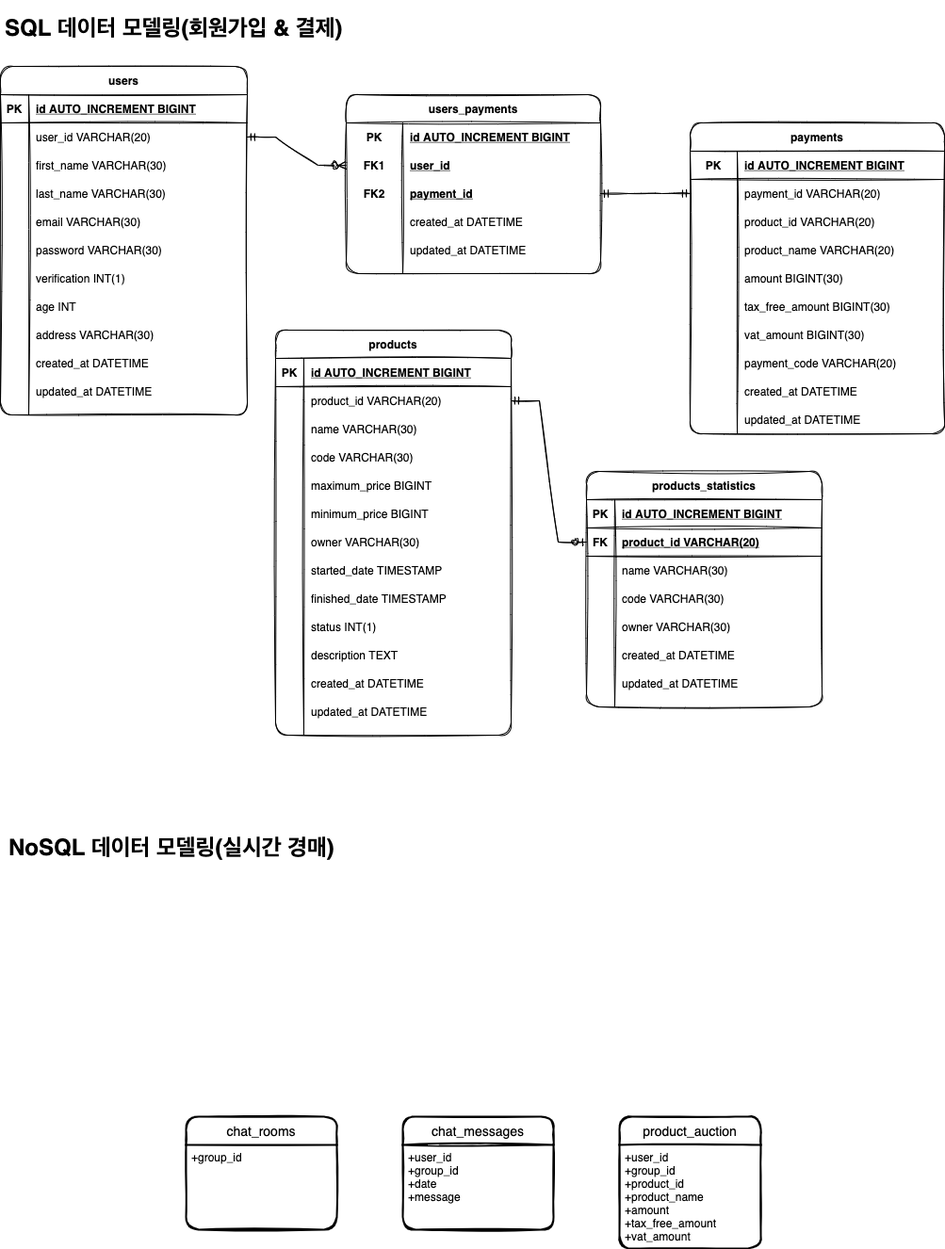
AnneMayor/TestRepository keeps this draw.io diagram as sago_database_schema.png. Above is the earlier version. Source tidied: cells renumbered, new cells last; positions are measured from the earlier drawing's top-left corner, leaving out a move shared by most shapes.
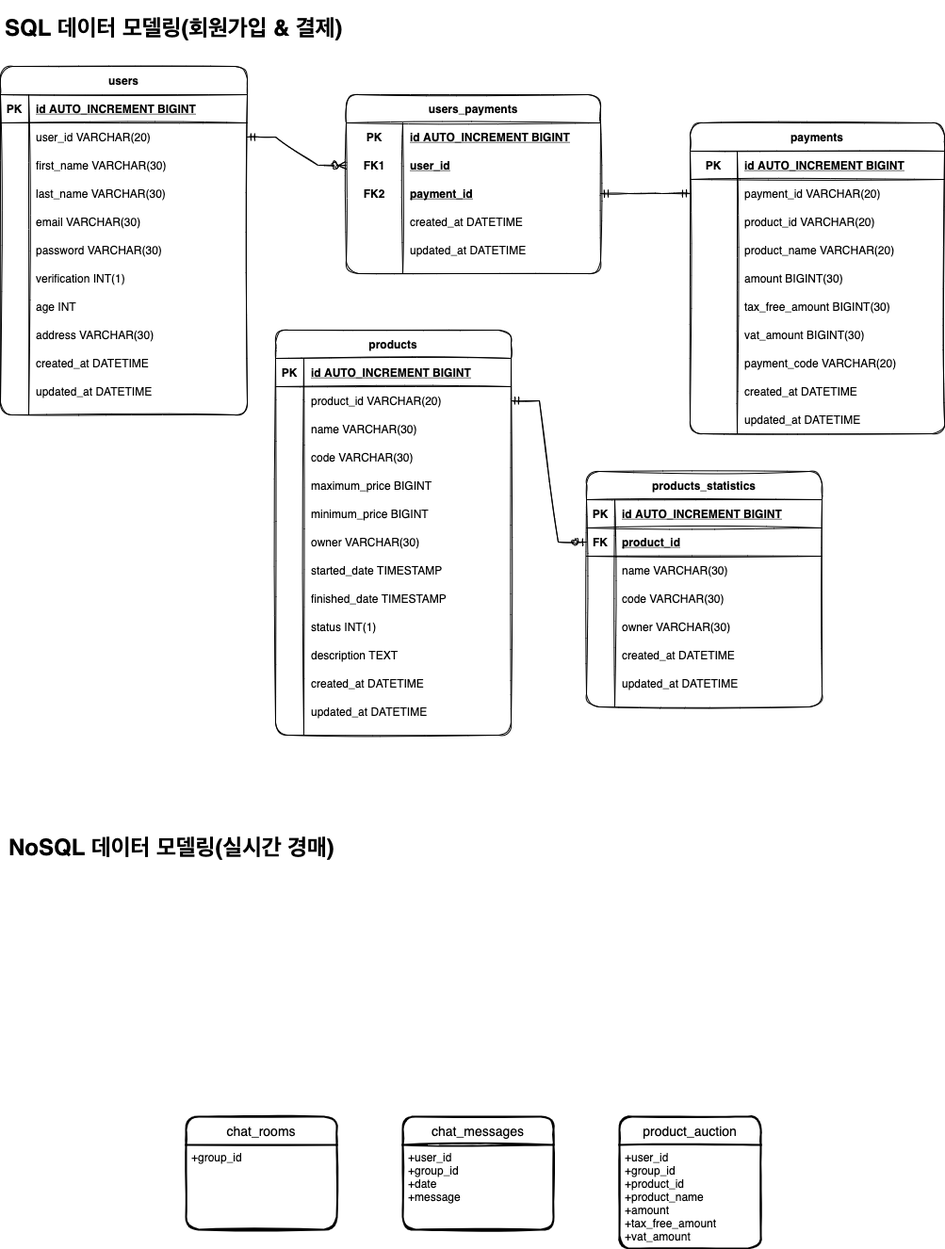
Above is the later version.

Change to the diagram source:
```diff
@@ -395,7 +395,7 @@
     <mxCell id="132" value="FK" style="shape=partialRectangle;fillColor=none;top=0;left=0;bottom=0;right=0;fontStyle=1;overflow=hidden;shadow=0;glass=0;rounded=1;sketch=1;" parent="131" vertex="1">
       <mxGeometry width="30" height="30" as="geometry" />
     </mxCell>
-    <mxCell id="133" value="product_id VARCHAR(20)" style="shape=partialRectangle;fillColor=none;top=0;left=0;bottom=0;right=0;align=left;spacingLeft=6;fontStyle=5;overflow=hidden;shadow=0;glass=0;rounded=1;sketch=1;" parent="131" vertex="1">
+    <mxCell id="133" value="product_id" style="shape=partialRectangle;fillColor=none;top=0;left=0;bottom=0;right=0;align=left;spacingLeft=6;fontStyle=5;overflow=hidden;shadow=0;glass=0;rounded=1;sketch=1;" parent="131" vertex="1">
       <mxGeometry x="30" width="220" height="30" as="geometry" />
     </mxCell>
     <mxCell id="134" style="shape=partialRectangle;fillColor=none;top=0;left=0;bottom=0;right=0;shadow=0;glass=0;rounded=1;sketch=1;" parent="127" vertex="1">
```
